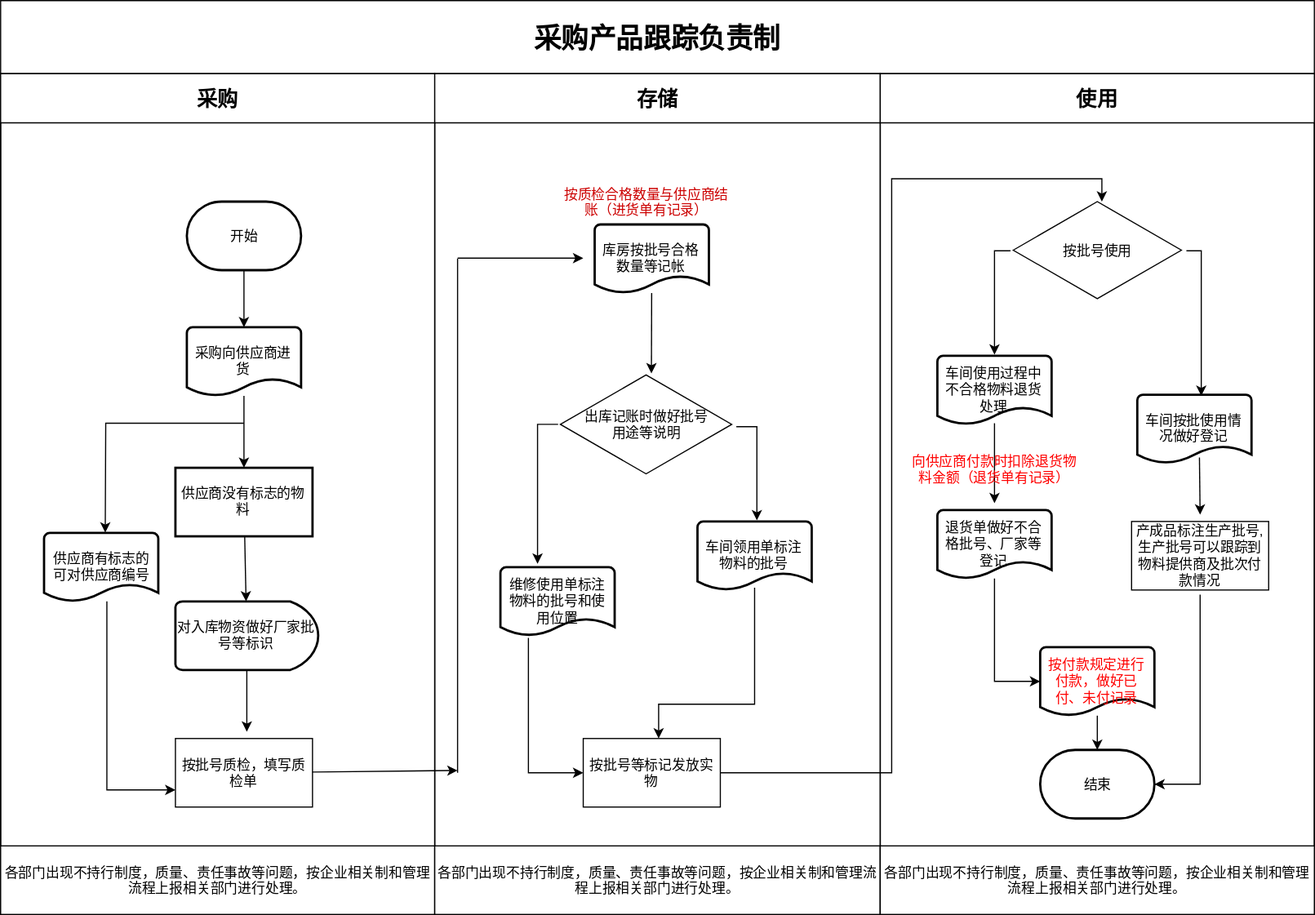
Earlier version of the draw.io export 采购产品跟踪负责制(通用).svg (cnkanglong/OnelineOffice). Source tidied: cells renumbered, new cells last; positions are measured from the earlier drawing's top-left corner, leaving out a move shared by most shapes.
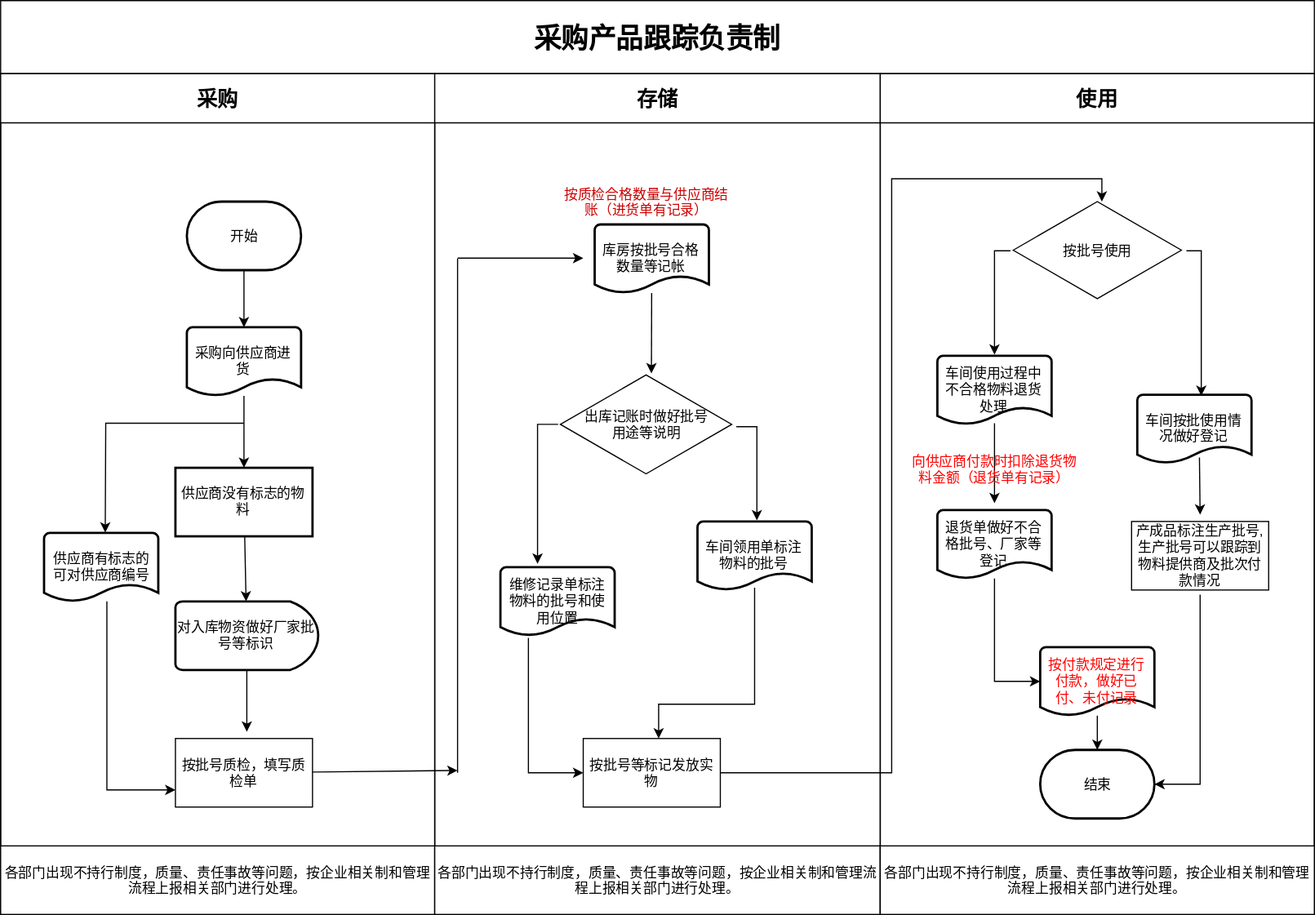
After the commit.

Commit message:
Update 采购产品跟踪负责制(通用).svg

What changed in the source:
```diff
@@ -90,7 +90,7 @@
         </Array>
       </mxGeometry>
     </mxCell>
-    <mxCell id="23" value="维修使用单标注物料的批号和使用位置" style="strokeWidth=2;html=1;shape=mxgraph.flowchart.document2;whiteSpace=wrap;size=0.25;shadow=0;fillColor=#FFFFFF;" parent="17" vertex="1">
+    <mxCell id="23" value="维修记录单标注物料的批号和使用位置" style="strokeWidth=2;html=1;shape=mxgraph.flowchart.document2;whiteSpace=wrap;size=0.25;shadow=0;fillColor=#FFFFFF;" parent="17" vertex="1">
       <mxGeometry x="57.5" y="432" width="100" height="60" as="geometry" />
     </mxCell>
     <mxCell id="24" value="按批号等标记发放实物" style="rounded=0;whiteSpace=wrap;html=1;shadow=0;strokeColor=#000000;fillColor=#FFFFFF;" parent="17" vertex="1">
```
